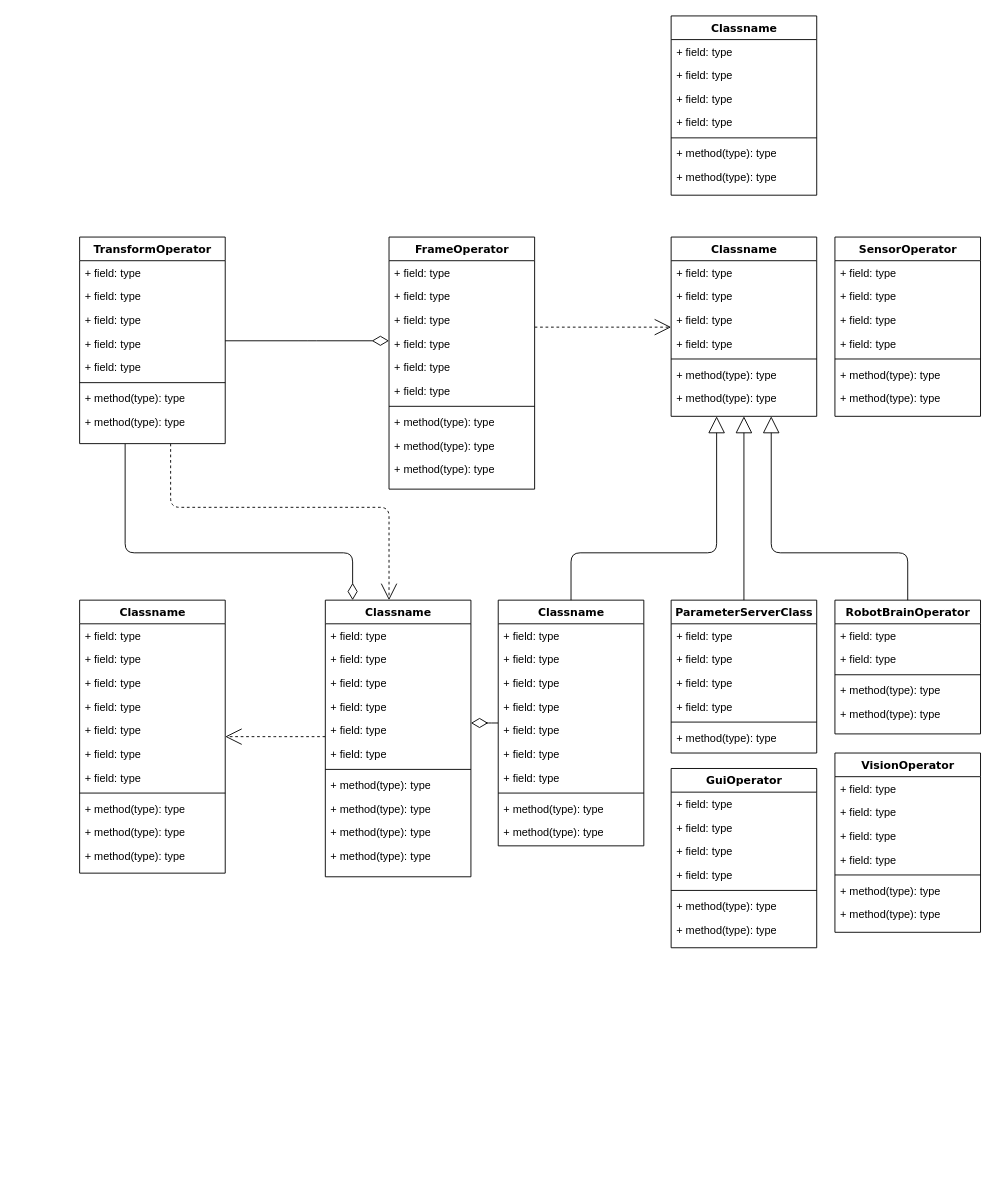
Betamax58/coupe-de-france keeps this draw.io diagram as software/software_class_diagram.drawio. Above is the earlier version. Source tidied: cells renumbered, new cells numbered last; positions are measured from the earlier drawing's top-left corner, leaving out a move shared by most shapes. Both pictures are drawn from the tidied source at 91%, with x=0, y=0 at pixel (79, 15).
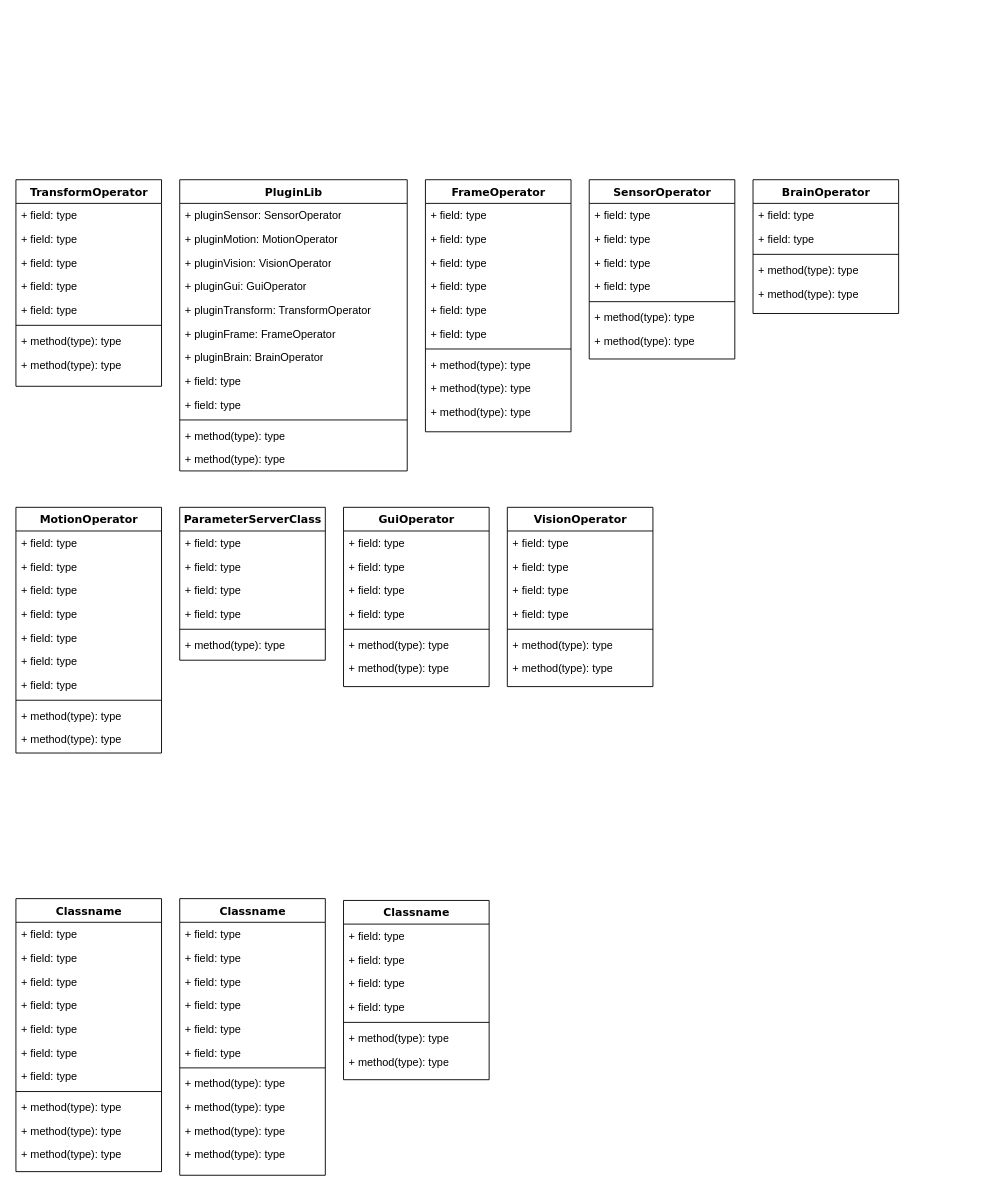
Above is the later version.

Commit message:
Mettre à jour software_class_diagram.drawio

Change to the diagram source:
```diff
@@
-    <mxCell id="2" style="edgeStyle=orthogonalEdgeStyle;html=1;labelBackgroundColor=none;startFill=0;startSize=8;endArrow=open;endFill=0;endSize=16;fontFamily=Verdana;fontSize=12;dashed=1;" parent="1" edge="1" source="4" target="47">
-      <mxGeometry relative="1" as="geometry">
-        <Array as="points">
-          <mxPoint x="100" y="540" />
-          <mxPoint x="340" y="540" />
-        </Array>
-      </mxGeometry>
-    </mxCell>
-    <mxCell id="3" style="edgeStyle=orthogonalEdgeStyle;html=1;labelBackgroundColor=none;startFill=0;startSize=8;endArrow=diamondThin;endFill=0;endSize=16;fontFamily=Verdana;fontSize=12;" parent="1" edge="1" source="4" target="47">
-      <mxGeometry relative="1" as="geometry">
-        <Array as="points">
-          <mxPoint x="50" y="590" />
-          <mxPoint x="300" y="590" />
-        </Array>
-      </mxGeometry>
-    </mxCell>
     <mxCell id="4" value="TransformOperator" style="swimlane;html=1;fontStyle=1;align=center;verticalAlign=top;horizontal=1;startSize=26;swimlaneFillColor=#ffffff;rounded=0;shadow=0;comic=0;labelBackgroundColor=none;strokeWidth=1;fillColor=none;fontFamily=Verdana;fontSize=12;" parent="1" vertex="1">
-      <mxGeometry y="243" width="160" height="227" as="geometry" />
+      <mxGeometry x="-70" y="180" width="160" height="227" as="geometry" />
     </mxCell>
@@
-    <mxCell id="13" style="edgeStyle=elbowEdgeStyle;html=1;labelBackgroundColor=none;startFill=0;startSize=8;endArrow=open;endFill=0;endSize=16;fontFamily=Verdana;fontSize=12;elbow=vertical;dashed=1;" parent="1" edge="1" source="14" target="25">
-      <mxGeometry relative="1" as="geometry" />
-    </mxCell>
     <mxCell id="14" value="FrameOperator" style="swimlane;html=1;fontStyle=1;align=center;verticalAlign=top;horizontal=1;startSize=26;swimlaneFillColor=#ffffff;rounded=0;shadow=0;comic=0;labelBackgroundColor=none;strokeWidth=1;fillColor=none;fontFamily=Verdana;fontSize=12;" parent="1" vertex="1">
-      <mxGeometry x="340" y="243" width="160" height="277" as="geometry" />
+      <mxGeometry x="380" y="180" width="160" height="277" as="geometry" />
     </mxCell>
@@
     <mxCell id="25" value="Classname" style="swimlane;html=1;fontStyle=1;align=center;verticalAlign=top;horizontal=1;startSize=26;swimlaneFillColor=#ffffff;rounded=0;shadow=0;comic=0;labelBackgroundColor=none;strokeWidth=1;fillColor=none;fontFamily=Verdana;fontSize=12;" parent="1" vertex="1">
-      <mxGeometry x="650" y="243" width="160" height="197" as="geometry" />
+      <mxGeometry x="290" y="972" width="160" height="197" as="geometry" />
     </mxCell>
@@
-    <mxCell id="33" style="edgeStyle=elbowEdgeStyle;html=1;labelBackgroundColor=none;startFill=0;startSize=8;endArrow=open;endFill=0;endSize=16;fontFamily=Verdana;fontSize=12;elbow=vertical;dashed=1;" parent="1" edge="1" source="47" target="34">
-      <mxGeometry relative="1" as="geometry" />
-    </mxCell>
     <mxCell id="34" value="Classname" style="swimlane;html=1;fontStyle=1;align=center;verticalAlign=top;horizontal=1;startSize=26;swimlaneFillColor=#ffffff;rounded=0;shadow=0;comic=0;labelBackgroundColor=none;strokeWidth=1;fillColor=none;fontFamily=Verdana;fontSize=12;" parent="1" vertex="1">
-      <mxGeometry y="642" width="160" height="300" as="geometry" />
+      <mxGeometry x="-70" y="970" width="160" height="300" as="geometry" />
     </mxCell>
@@
-    <mxCell id="46" style="edgeStyle=elbowEdgeStyle;html=1;labelBackgroundColor=none;startFill=0;startSize=8;endArrow=diamondThin;endFill=0;endSize=16;fontFamily=Verdana;fontSize=12;elbow=vertical;" parent="1" edge="1" source="60" target="47">
-      <mxGeometry relative="1" as="geometry" />
-    </mxCell>
     <mxCell id="47" value="Classname" style="swimlane;html=1;fontStyle=1;align=center;verticalAlign=top;horizontal=1;startSize=26;swimlaneFillColor=#ffffff;rounded=0;shadow=0;comic=0;labelBackgroundColor=none;strokeWidth=1;fillColor=none;fontFamily=Verdana;fontSize=12;" parent="1" vertex="1">
-      <mxGeometry x="270" y="642" width="160" height="304" as="geometry" />
+      <mxGeometry x="110" y="970" width="160" height="304" as="geometry" />
     </mxCell>
@@
-    <mxCell id="59" style="edgeStyle=orthogonalEdgeStyle;html=1;labelBackgroundColor=none;startFill=0;startSize=8;endArrow=block;endFill=0;endSize=16;fontFamily=Verdana;fontSize=12;" parent="1" edge="1" source="60" target="25">
-      <mxGeometry relative="1" as="geometry">
-        <Array as="points">
-          <mxPoint x="540" y="590" />
-          <mxPoint x="700" y="590" />
-        </Array>
-      </mxGeometry>
-    </mxCell>
-    <mxCell id="60" value="Classname" style="swimlane;html=1;fontStyle=1;align=center;verticalAlign=top;horizontal=1;startSize=26;swimlaneFillColor=#ffffff;rounded=0;shadow=0;comic=0;labelBackgroundColor=none;strokeWidth=1;fillColor=none;fontFamily=Verdana;fontSize=12;" parent="1" vertex="1">
-      <mxGeometry x="460" y="642" width="160" height="270" as="geometry" />
+    <mxCell id="60" value="MotionOperator" style="swimlane;html=1;fontStyle=1;align=center;verticalAlign=top;horizontal=1;startSize=26;swimlaneFillColor=#ffffff;rounded=0;shadow=0;comic=0;labelBackgroundColor=none;strokeWidth=1;fillColor=none;fontFamily=Verdana;fontSize=12;" parent="1" vertex="1">
+      <mxGeometry x="-70" y="540" width="160" height="270" as="geometry" />
     </mxCell>
@@
-    <mxCell id="71" style="edgeStyle=orthogonalEdgeStyle;html=1;labelBackgroundColor=none;startFill=0;startSize=8;endArrow=block;endFill=0;endSize=16;fontFamily=Verdana;fontSize=12;" parent="1" edge="1" source="72" target="25">
-      <mxGeometry relative="1" as="geometry" />
-    </mxCell>
     <mxCell id="72" value="ParameterServerClass" style="swimlane;html=1;fontStyle=1;align=center;verticalAlign=top;horizontal=1;startSize=26;swimlaneFillColor=#ffffff;rounded=0;shadow=0;comic=0;labelBackgroundColor=none;strokeWidth=1;fillColor=none;fontFamily=Verdana;fontSize=12;" parent="1" vertex="1">
-      <mxGeometry x="650" y="642" width="160" height="168" as="geometry" />
+      <mxGeometry x="110" y="540" width="160" height="168" as="geometry" />
     </mxCell>
@@
-    <mxCell id="79" style="edgeStyle=orthogonalEdgeStyle;html=1;labelBackgroundColor=none;startFill=0;startSize=8;endArrow=block;endFill=0;endSize=16;fontFamily=Verdana;fontSize=12;" parent="1" edge="1" source="80" target="25">
-      <mxGeometry relative="1" as="geometry">
-        <Array as="points">
-          <mxPoint x="910" y="590" />
-          <mxPoint x="760" y="590" />
-        </Array>
-      </mxGeometry>
-    </mxCell>
-    <mxCell id="80" value="RobotBrainOperator" style="swimlane;html=1;fontStyle=1;align=center;verticalAlign=top;horizontal=1;startSize=26;swimlaneFillColor=#ffffff;rounded=0;shadow=0;comic=0;labelBackgroundColor=none;strokeWidth=1;fillColor=none;fontFamily=Verdana;fontSize=12;" parent="1" vertex="1">
-      <mxGeometry x="830" y="642" width="160" height="147" as="geometry" />
+    <mxCell id="80" value="BrainOperator" style="swimlane;html=1;fontStyle=1;align=center;verticalAlign=top;horizontal=1;startSize=26;swimlaneFillColor=#ffffff;rounded=0;shadow=0;comic=0;labelBackgroundColor=none;strokeWidth=1;fillColor=none;fontFamily=Verdana;fontSize=12;" parent="1" vertex="1">
+      <mxGeometry x="740" y="180" width="160" height="147" as="geometry" />
     </mxCell>
@@
-    <mxCell id="86" style="edgeStyle=elbowEdgeStyle;html=1;labelBackgroundColor=none;startFill=0;startSize=8;endArrow=diamondThin;endFill=0;endSize=16;fontFamily=Verdana;fontSize=12;elbow=vertical;" parent="1" edge="1" source="4" target="14">
-      <mxGeometry relative="1" as="geometry" />
-    </mxCell>
     <mxCell id="87" value="SensorOperator" style="swimlane;html=1;fontStyle=1;align=center;verticalAlign=top;horizontal=1;startSize=26;swimlaneFillColor=#ffffff;rounded=0;shadow=0;comic=0;labelBackgroundColor=none;strokeWidth=1;fillColor=none;fontFamily=Verdana;fontSize=12;" parent="1" vertex="1">
-      <mxGeometry x="830" y="243" width="160" height="197" as="geometry" />
+      <mxGeometry x="560" y="180" width="160" height="197" as="geometry" />
     </mxCell>
@@
     <mxCell id="95" value="VisionOperator" style="swimlane;html=1;fontStyle=1;align=center;verticalAlign=top;horizontal=1;startSize=26;swimlaneFillColor=#ffffff;rounded=0;shadow=0;comic=0;labelBackgroundColor=none;strokeWidth=1;fillColor=none;fontFamily=Verdana;fontSize=12;" parent="1" vertex="1">
-      <mxGeometry x="830" y="810" width="160" height="197" as="geometry" />
+      <mxGeometry x="470" y="540" width="160" height="197" as="geometry" />
     </mxCell>
@@
-    <mxCell id="103" value="Classname" style="swimlane;html=1;fontStyle=1;align=center;verticalAlign=top;horizontal=1;startSize=26;swimlaneFillColor=#ffffff;rounded=0;shadow=0;comic=0;labelBackgroundColor=none;strokeWidth=1;fillColor=none;fontFamily=Verdana;fontSize=12;" parent="1" vertex="1">
-      <mxGeometry x="650" width="160" height="197" as="geometry" />
+    <mxCell id="103" value="PluginLib" style="swimlane;html=1;fontStyle=1;align=center;verticalAlign=top;horizontal=1;startSize=26;swimlaneFillColor=#ffffff;rounded=0;shadow=0;comic=0;labelBackgroundColor=none;strokeWidth=1;fillColor=none;fontFamily=Verdana;fontSize=12;" parent="1" vertex="1">
+      <mxGeometry x="110" y="180" width="250" height="320" as="geometry" />
     </mxCell>
-    <mxCell id="104" value="+ field: type" style="text;html=1;strokeColor=none;fillColor=none;align=left;verticalAlign=top;spacingLeft=4;spacingRight=4;whiteSpace=wrap;overflow=hidden;" parent="103" vertex="1">
-      <mxGeometry y="26" width="160" height="26" as="geometry" />
+    <mxCell id="104" value="+ pluginSensor: SensorOperator" style="text;html=1;strokeColor=none;fillColor=none;align=left;verticalAlign=top;spacingLeft=4;spacingRight=4;whiteSpace=wrap;overflow=hidden;" parent="103" vertex="1">
+      <mxGeometry y="26" width="250" height="26" as="geometry" />
     </mxCell>
-    <mxCell id="105" value="+ field: type" style="text;html=1;strokeColor=none;fillColor=none;align=left;verticalAlign=top;spacingLeft=4;spacingRight=4;whiteSpace=wrap;overflow=hidden;" parent="103" vertex="1">
-      <mxGeometry y="52" width="160" height="26" as="geometry" />
+    <mxCell id="105" value="+ pluginMotion: MotionOperator" style="text;html=1;strokeColor=none;fillColor=none;align=left;verticalAlign=top;spacingLeft=4;spacingRight=4;whiteSpace=wrap;overflow=hidden;" parent="103" vertex="1">
+      <mxGeometry y="52" width="250" height="26" as="geometry" />
     </mxCell>
-    <mxCell id="106" value="+ field: type" style="text;html=1;strokeColor=none;fillColor=none;align=left;verticalAlign=top;spacingLeft=4;spacingRight=4;whiteSpace=wrap;overflow=hidden;" parent="103" vertex="1">
-      <mxGeometry y="78" width="160" height="26" as="geometry" />
+    <mxCell id="106" value="+ pluginVision: VisionOperator" style="text;html=1;strokeColor=none;fillColor=none;align=left;verticalAlign=top;spacingLeft=4;spacingRight=4;whiteSpace=wrap;overflow=hidden;" parent="103" vertex="1">
+      <mxGeometry y="78" width="250" height="26" as="geometry" />
     </mxCell>
-    <mxCell id="107" value="+ field: type" style="text;html=1;strokeColor=none;fillColor=none;align=left;verticalAlign=top;spacingLeft=4;spacingRight=4;whiteSpace=wrap;overflow=hidden;" parent="103" vertex="1">
-      <mxGeometry y="104" width="160" height="26" as="geometry" />
+    <mxCell id="107" value="+ pluginGui: GuiOperator" style="text;html=1;strokeColor=none;fillColor=none;align=left;verticalAlign=top;spacingLeft=4;spacingRight=4;whiteSpace=wrap;overflow=hidden;" parent="103" vertex="1">
+      <mxGeometry y="104" width="250" height="26" as="geometry" />
     </mxCell>
+    <mxCell id="119" value="+ pluginTransform: TransformOperator" style="text;html=1;strokeColor=none;fillColor=none;align=left;verticalAlign=top;spacingLeft=4;spacingRight=4;whiteSpace=wrap;overflow=hidden;" parent="103" vertex="1">
+      <mxGeometry y="130" width="250" height="26" as="geometry" />
+    </mxCell>
+    <mxCell id="120" value="+ pluginFrame: FrameOperator" style="text;html=1;strokeColor=none;fillColor=none;align=left;verticalAlign=top;spacingLeft=4;spacingRight=4;whiteSpace=wrap;overflow=hidden;" parent="103" vertex="1">
+      <mxGeometry y="156" width="250" height="26" as="geometry" />
+    </mxCell>
+    <mxCell id="121" value="+ pluginBrain: BrainOperator" style="text;html=1;strokeColor=none;fillColor=none;align=left;verticalAlign=top;spacingLeft=4;spacingRight=4;whiteSpace=wrap;overflow=hidden;" parent="103" vertex="1">
+      <mxGeometry y="182" width="250" height="26" as="geometry" />
+    </mxCell>
+    <mxCell id="122" value="+ field: type" style="text;html=1;strokeColor=none;fillColor=none;align=left;verticalAlign=top;spacingLeft=4;spacingRight=4;whiteSpace=wrap;overflow=hidden;" parent="103" vertex="1">
+      <mxGeometry y="208" width="250" height="26" as="geometry" />
+    </mxCell>
+    <mxCell id="123" value="+ field: type" style="text;html=1;strokeColor=none;fillColor=none;align=left;verticalAlign=top;spacingLeft=4;spacingRight=4;whiteSpace=wrap;overflow=hidden;" parent="103" vertex="1">
+      <mxGeometry y="234" width="250" height="26" as="geometry" />
+    </mxCell>
     <mxCell id="108" style="line;html=1;strokeWidth=1;fillColor=none;align=left;verticalAlign=middle;spacingTop=-1;spacingLeft=3;spacingRight=3;labelPosition=right;" parent="103" vertex="1">
-      <mxGeometry y="130" width="160" height="8" as="geometry" />
+      <mxGeometry y="260" width="250" height="8" as="geometry" />
     </mxCell>
     <mxCell id="109" value="+ method(type): type" style="text;html=1;strokeColor=none;fillColor=none;align=left;verticalAlign=top;spacingLeft=4;spacingRight=4;whiteSpace=wrap;overflow=hidden;" parent="103" vertex="1">
-      <mxGeometry y="138" width="160" height="26" as="geometry" />
+      <mxGeometry y="268" width="250" height="26" as="geometry" />
     </mxCell>
     <mxCell id="110" value="+ method(type): type" style="text;html=1;strokeColor=none;fillColor=none;align=left;verticalAlign=top;spacingLeft=4;spacingRight=4;whiteSpace=wrap;overflow=hidden;" parent="103" vertex="1">
-      <mxGeometry y="164" width="160" height="26" as="geometry" />
+      <mxGeometry y="294" width="250" height="26" as="geometry" />
     </mxCell>
     <mxCell id="111" value="GuiOperator" style="swimlane;html=1;fontStyle=1;align=center;verticalAlign=top;horizontal=1;startSize=26;swimlaneFillColor=#ffffff;rounded=0;shadow=0;comic=0;labelBackgroundColor=none;strokeWidth=1;fillColor=none;fontFamily=Verdana;fontSize=12;" parent="1" vertex="1">
-      <mxGeometry x="650" y="827" width="160" height="197" as="geometry" />
+      <mxGeometry x="290" y="540" width="160" height="197" as="geometry" />
     </mxCell>
```
